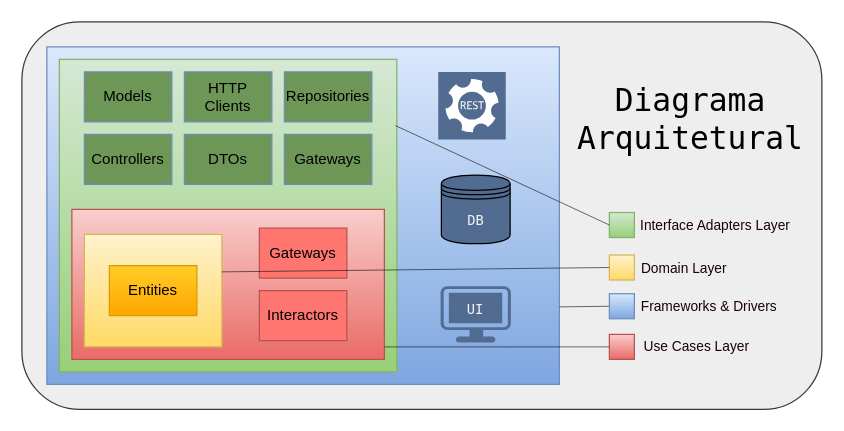
This is docs/.drawio from Joao-Lucas-de-Oliveira-Lima/lol-chat-backend-spring, a draw.io file, before an edit. Source tidied: cells renumbered, new cells numbered last; positions are measured from the earlier drawing's top-left corner, leaving out a move shared by most shapes. Both pictures are drawn from the tidied source at 125%, with x=0, y=0 at pixel (21, 21).
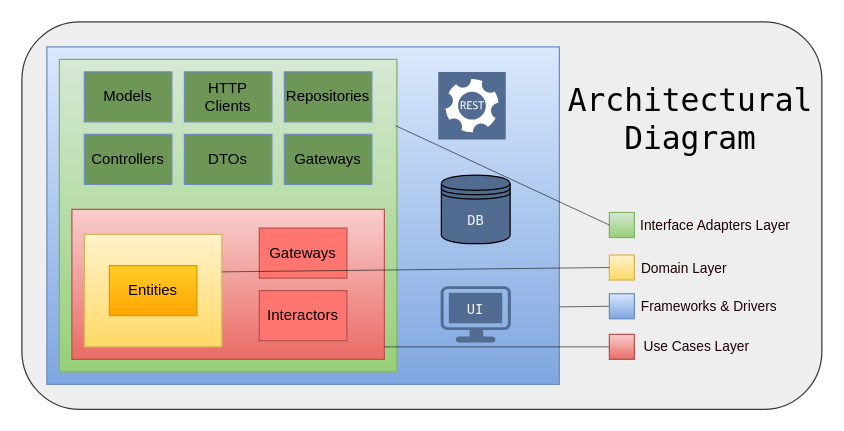
The same page after the edit.

The edit, as a diff of the source:
```diff
@@
-    <mxCell id="33" value="&lt;font face=&quot;Lucida Console&quot; style=&quot;font-size: 25px;&quot;&gt;&lt;font style=&quot;font-size: 25px;&quot;&gt;Diagrama Arquitetur&lt;/font&gt;al&lt;/font&gt;" style="text;html=1;strokeColor=none;fillColor=none;align=center;verticalAlign=middle;whiteSpace=wrap;rounded=0;shadow=0;glass=0;sketch=0;fontFamily=Comic Sans MS;fontSize=11;fontColor=#000000;spacing=20;" parent="1" vertex="1">
+    <mxCell id="33" value="&lt;font face=&quot;Lucida Console&quot;&gt;&lt;span style=&quot;font-size: 25px;&quot;&gt;Architectural Diagram&lt;/span&gt;&lt;/font&gt;" style="text;html=1;strokeColor=none;fillColor=none;align=center;verticalAlign=middle;whiteSpace=wrap;rounded=0;shadow=0;glass=0;sketch=0;fontFamily=Comic Sans MS;fontSize=11;fontColor=#000000;spacing=20;" parent="1" vertex="1">
       <mxGeometry x="460" y="32.5" width="150" height="90" as="geometry" />
     </mxCell>
```
